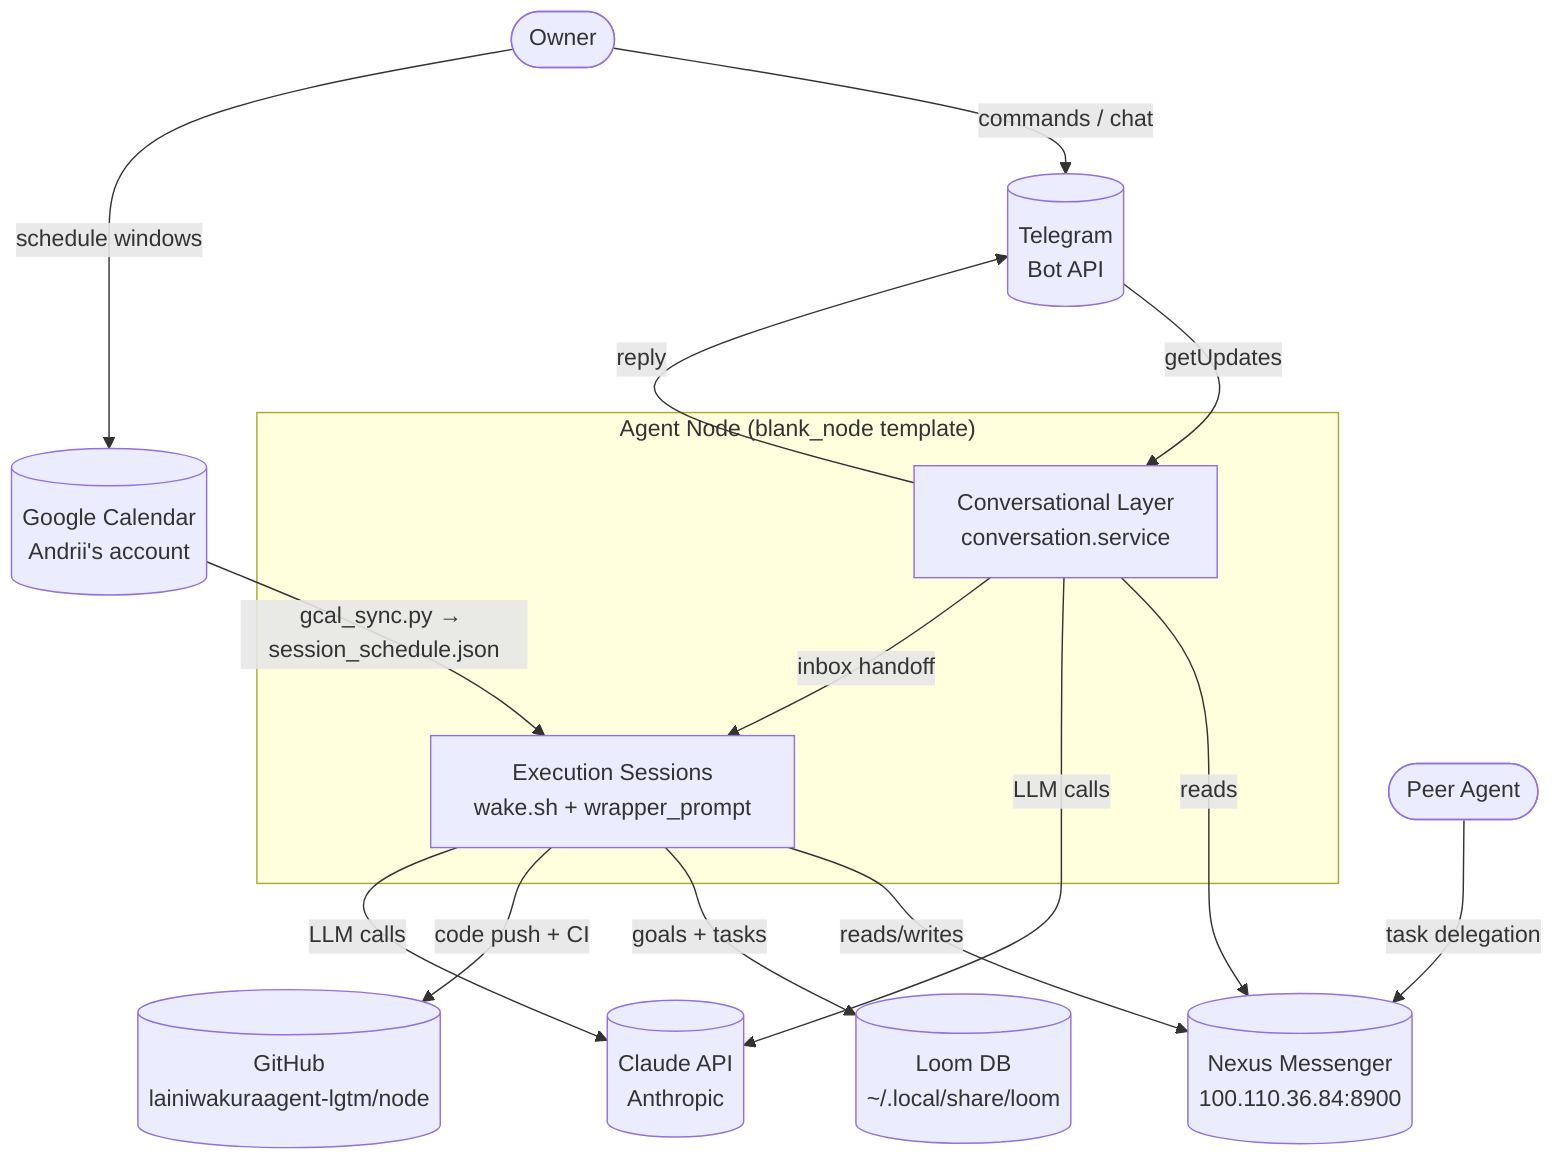
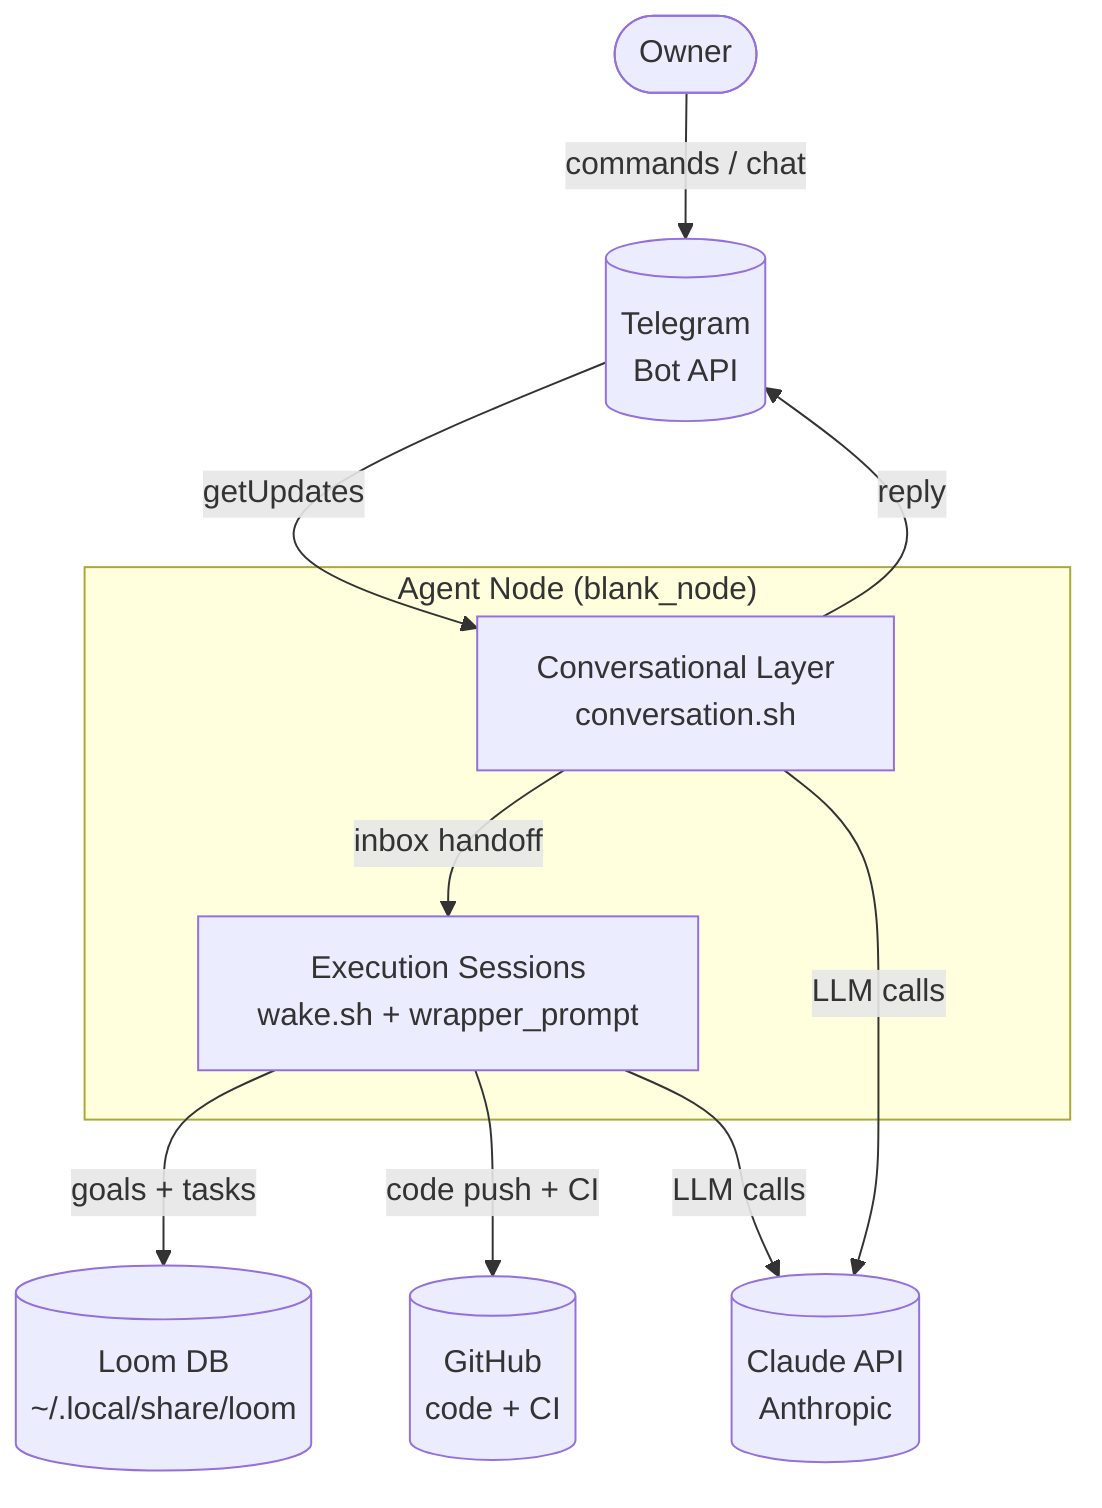
- %% Context level (C4 L1): blank_node harness template (spawns named agent instances).
- %% Last updated: 2026-07-21
+ %% Context level (C4 L1): blank_node harness template — where the agent fits.
+ %% Last updated: 2026-07-21 (Nexus removed; Loom mandatory)
flowchart TB
    Owner([Owner])
-     PeerAgent([Peer Agent])

-     subgraph LainNode["Agent Node (blank_node template)"]
+     subgraph Node["Agent Node (blank_node)"]
        Exec[Execution Sessions\nwake.sh + wrapper_prompt]
-         Conv[Conversational Layer\nconversation.service]
+         Conv[Conversational Layer\nconversation.sh]
    end

    Telegram[(Telegram\nBot API)]
-     Nexus[(Nexus Messenger\n100.110.36.84:8900)]
    Loom[(Loom DB\n~/.local/share/loom)]
-     GitHub[(GitHub\nlainiwakuraagent-lgtm/node)]
+     GitHub[(GitHub\ncode + CI)]
    Claude[(Claude API\nAnthropic)]
-     GCal[(Google Calendar\nAndrii's account)]

    Owner -->|commands / chat| Telegram
-     Owner -->|schedule windows| GCal
    Telegram -->|getUpdates| Conv
    Conv -->|reply| Telegram

-     PeerAgent -->|task delegation| Nexus
-     Exec -->|reads/writes| Nexus
-     Conv -->|reads| Nexus
+     Exec -->|goals + tasks| Loom
+     Conv -->|inbox handoff| Exec

-     Exec -->|goals + tasks| Loom
    Exec -->|code push + CI| GitHub
    Exec -->|LLM calls| Claude
    Conv -->|LLM calls| Claude
- 
-     GCal -->|gcal_sync.py → session_schedule.json| Exec
-     Conv -->|inbox handoff| Exec
